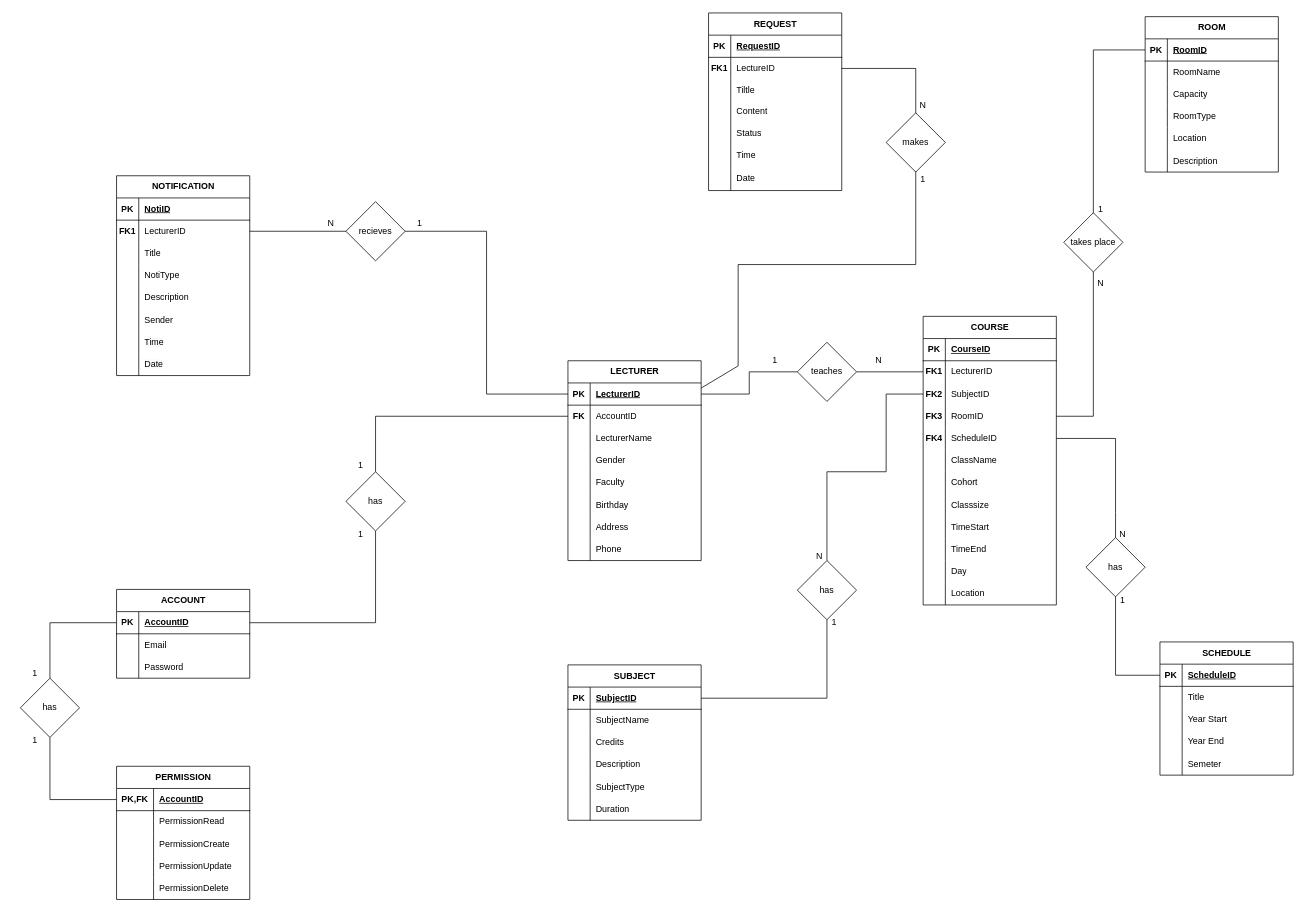
Before: page "database" (2 of 3) of schema/ERD (2).drawio in haovvv73/The-application-automatically-schedules-university-timetables, a draw.io diagram. Source tidied: cells renumbered, new cells numbered last; positions are measured from the earlier drawing's top-left corner, leaving out a move shared by most shapes. Both pictures are drawn from the tidied source at 74%, with x=0, y=0 at pixel (13, 13).
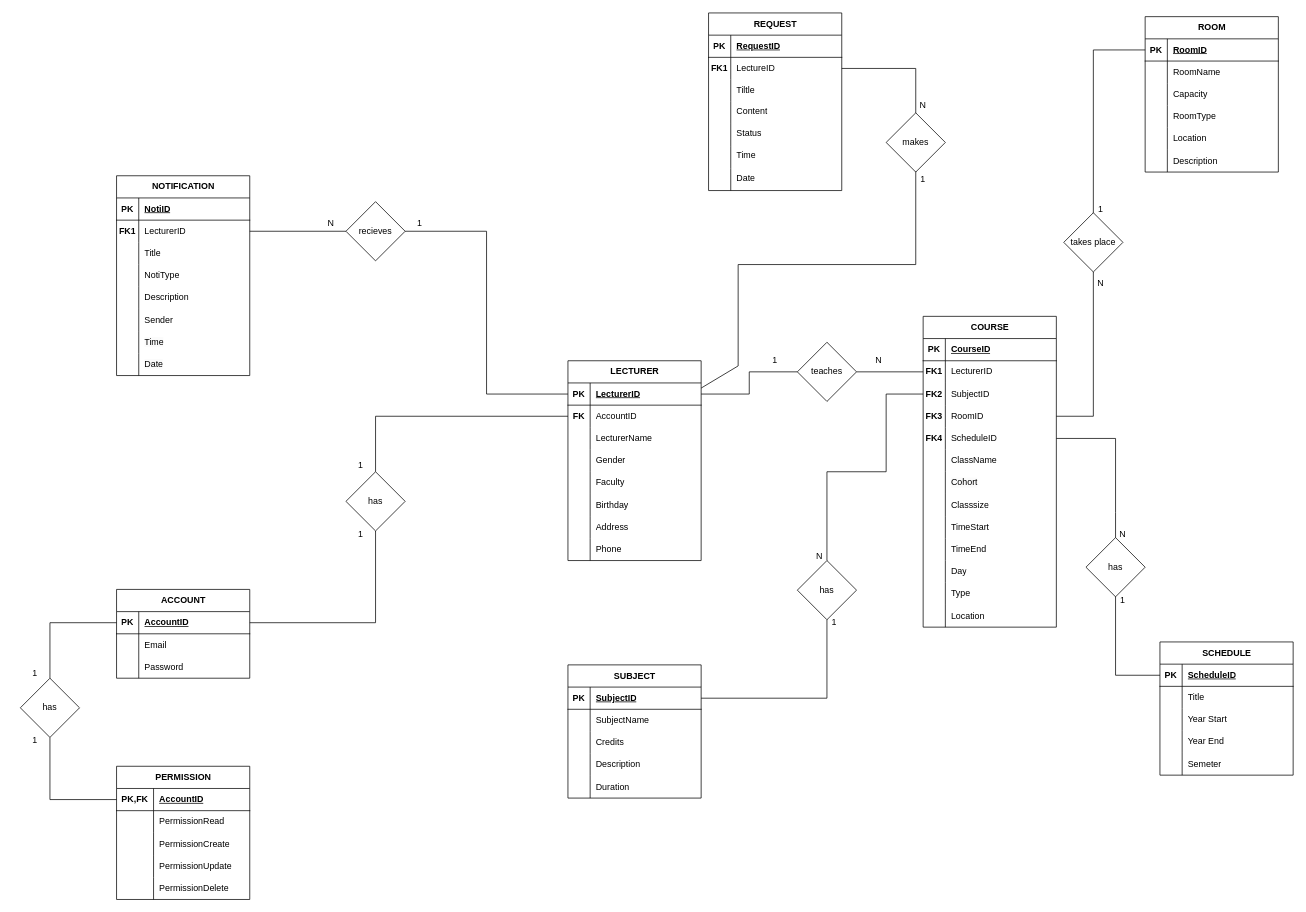
Above is the later version.

What changed in the source:
```diff
@@
     <mxCell id="27" value="SUBJECT" style="shape=table;startSize=30;childLayout=tableLayout;rowLines=0;fontStyle=1;align=center;html=1;" parent="1" vertex="1">
-      <mxGeometry x="750" y="881" width="180" height="210" as="geometry" />
+      <mxGeometry x="750" y="881" width="180" height="180" as="geometry" />
     </mxCell>
@@
-    <mxCell id="40" style="shape=tableRow;horizontal=0;startSize=0;swimlaneHead=0;swimlaneBody=0;fillColor=none;top=0;left=0;right=0;bottom=0;" parent="27" vertex="1">
-      <mxGeometry y="150" width="180" height="30" as="geometry" />
-    </mxCell>
-    <mxCell id="41" style="shape=partialRectangle;fillColor=none;top=0;left=0;bottom=0;right=0;overflow=hidden;whiteSpace=wrap;html=1;" parent="40" vertex="1">
-      <mxGeometry width="30" height="30" as="geometry" />
-    </mxCell>
-    <mxCell id="42" value="SubjectType" style="shape=partialRectangle;fillColor=none;top=0;left=0;bottom=0;right=0;align=left;spacingLeft=6;overflow=hidden;whiteSpace=wrap;html=1;" parent="40" vertex="1">
-      <mxGeometry x="30" width="150" height="30" as="geometry" />
-    </mxCell>
     <mxCell id="43" style="shape=tableRow;horizontal=0;startSize=0;swimlaneHead=0;swimlaneBody=0;fillColor=none;top=0;left=0;right=0;bottom=0;" parent="27" vertex="1">
-      <mxGeometry y="180" width="180" height="30" as="geometry" />
+      <mxGeometry y="150" width="180" height="30" as="geometry" />
     </mxCell>
@@
     <mxCell id="46" value="COURSE" style="shape=table;startSize=30;childLayout=tableLayout;rowLines=0;fontStyle=1;align=center;html=1;" parent="1" vertex="1">
-      <mxGeometry x="1230" y="410" width="180" height="390" as="geometry" />
+      <mxGeometry x="1230" y="410" width="180" height="420" as="geometry" />
     </mxCell>
@@
+    <mxCell id="233" style="shape=tableRow;horizontal=0;startSize=0;swimlaneHead=0;swimlaneBody=0;fillColor=none;top=0;left=0;right=0;bottom=0;" parent="46" vertex="1">
+      <mxGeometry y="360" width="180" height="30" as="geometry" />
+    </mxCell>
+    <mxCell id="41" style="shape=partialRectangle;fillColor=none;top=0;left=0;bottom=0;right=0;overflow=hidden;whiteSpace=wrap;html=1;" parent="233" vertex="1">
+      <mxGeometry width="30" height="30" as="geometry" />
+    </mxCell>
+    <mxCell id="234" value="Type" style="shape=partialRectangle;fillColor=none;top=0;left=0;bottom=0;right=0;align=left;spacingLeft=6;overflow=hidden;whiteSpace=wrap;html=1;" parent="233" vertex="1">
+      <mxGeometry x="30" width="150" height="30" as="geometry" />
+    </mxCell>
     <mxCell id="80" style="shape=tableRow;horizontal=0;startSize=0;swimlaneHead=0;swimlaneBody=0;fillColor=none;top=0;left=0;right=0;bottom=0;" parent="46" vertex="1">
-      <mxGeometry y="360" width="180" height="30" as="geometry" />
+      <mxGeometry y="390" width="180" height="30" as="geometry" />
     </mxCell>
```
